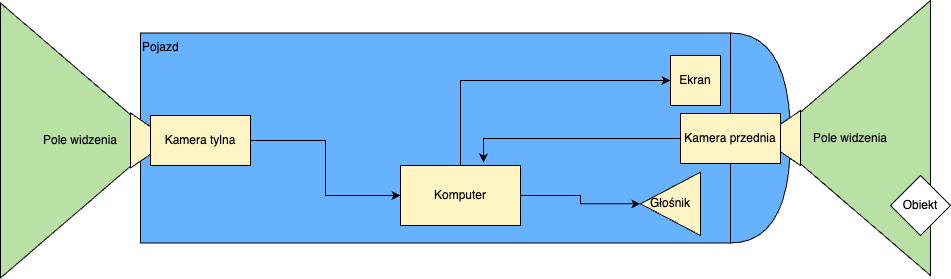
Earlier version of the draw.io export Documents/Documentation/Img/architektura.png (CenturionTheMan/ProjectRiPO). Source tidied: cells renumbered, new cells last; positions are measured from the earlier drawing's top-left corner, leaving out a move shared by most shapes. Source of this version:
```xml
<mxGraphModel>
  <root>
    <mxCell id="0" />
    <mxCell id="1" parent="0" />
    <mxCell id="2" value="Pole widzenia&lt;br&gt;" style="triangle;whiteSpace=wrap;html=1;flipH=1;align=center;fillColor=#B9E0A5;" parent="1" vertex="1">
      <mxGeometry x="770" width="160" height="275" as="geometry" />
    </mxCell>
    <mxCell id="3" value="Pole widzenia&lt;br&gt;" style="triangle;whiteSpace=wrap;html=1;flipH=0;align=center;fillColor=#B9E0A5;" parent="1" vertex="1">
      <mxGeometry y="2.5" width="160" height="275" as="geometry" />
    </mxCell>
    <mxCell id="4" value="Pojazd" style="rounded=0;whiteSpace=wrap;html=1;labelPosition=center;verticalLabelPosition=middle;align=left;verticalAlign=top;fillColor=#66B2FF;" parent="1" vertex="1">
      <mxGeometry x="140" y="32.5" width="590" height="210" as="geometry" />
    </mxCell>
    <mxCell id="5" style="edgeStyle=orthogonalEdgeStyle;rounded=0;jettySize=auto;html=1;exitX=0;exitY=0.5;exitDx=0;exitDy=0;entryX=0.692;entryY=-0.05;entryDx=0;entryDy=0;entryPerimeter=0;" parent="1" edge="1" source="17" target="11">
      <mxGeometry relative="1" as="geometry" />
    </mxCell>
    <mxCell id="6" style="group;" parent="1" vertex="1">
      <mxGeometry x="130" y="112.5" width="120" height="55" as="geometry" />
    </mxCell>
    <mxCell id="7" style="triangle;whiteSpace=wrap;html=1;fillColor=#FFF4C3;" parent="6" vertex="1">
      <mxGeometry width="40" height="55" as="geometry" />
    </mxCell>
    <mxCell id="8" value="Kamera tylna" style="rounded=0;whiteSpace=wrap;html=1;fillColor=#FFF4C3;" parent="6" vertex="1">
      <mxGeometry x="20" y="2.5" width="100" height="50" as="geometry" />
    </mxCell>
    <mxCell id="9" style="edgeStyle=orthogonalEdgeStyle;rounded=0;jettySize=auto;html=1;exitX=0.5;exitY=0;exitDx=0;exitDy=0;entryX=0;entryY=0.5;entryDx=0;entryDy=0;" parent="1" edge="1" source="11" target="12">
      <mxGeometry relative="1" as="geometry" />
    </mxCell>
    <mxCell id="10" style="edgeStyle=orthogonalEdgeStyle;rounded=0;jettySize=auto;html=1;exitX=1;exitY=0.5;exitDx=0;exitDy=0;entryX=0;entryY=0.5;entryDx=0;entryDy=0;" parent="1" edge="1" source="11" target="19">
      <mxGeometry relative="1" as="geometry" />
    </mxCell>
    <mxCell id="11" value="Komputer" style="rounded=0;whiteSpace=wrap;html=1;fillColor=#FFF4C3;" parent="1" vertex="1">
      <mxGeometry x="400" y="165" width="120" height="60" as="geometry" />
    </mxCell>
    <mxCell id="12" value="Ekran" style="whiteSpace=wrap;html=1;fillColor=#FFF4C3;" parent="1" vertex="1">
      <mxGeometry x="670" y="55" width="50" height="50" as="geometry" />
    </mxCell>
    <mxCell id="13" style="edgeStyle=orthogonalEdgeStyle;rounded=0;jettySize=auto;html=1;exitX=1;exitY=0.5;exitDx=0;exitDy=0;" parent="1" edge="1" source="8" target="11">
      <mxGeometry relative="1" as="geometry" />
    </mxCell>
    <mxCell id="14" style="shape=or;whiteSpace=wrap;html=1;fillColor=#66B2FF;" parent="1" vertex="1">
      <mxGeometry x="730" y="32.5" width="60" height="210" as="geometry" />
    </mxCell>
    <mxCell id="15" style="group;" parent="1" vertex="1">
      <mxGeometry x="680" y="110" width="190" height="90" as="geometry" />
    </mxCell>
    <mxCell id="16" style="triangle;whiteSpace=wrap;html=1;rotation=-180;fillColor=#FFF4C3;" parent="15" vertex="1">
      <mxGeometry x="80" width="40" height="55" as="geometry" />
    </mxCell>
    <mxCell id="17" value="Kamera przednia" style="rounded=0;whiteSpace=wrap;html=1;rotation=0;fillColor=#FFF4C3;" parent="15" vertex="1">
      <mxGeometry y="3" width="100" height="50" as="geometry" />
    </mxCell>
    <mxCell id="18" value="Obiekt" style="rhombus;whiteSpace=wrap;html=1;" parent="1" vertex="1">
      <mxGeometry x="890" y="175" width="60" height="60" as="geometry" />
    </mxCell>
    <mxCell id="19" value="Głośnik" style="triangle;whiteSpace=wrap;html=1;flipV=1;flipH=1;fillColor=#FFF4C3;" parent="1" vertex="1">
      <mxGeometry x="640" y="171.7" width="60" height="63.3" as="geometry" />
    </mxCell>
  </root>
</mxGraphModel>
```
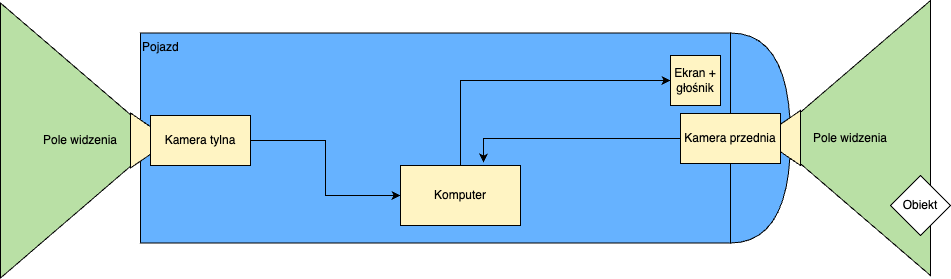
After the commit.

The edit, as a diff of the source:
```diff
@@ -26,13 +26,10 @@
     <mxCell id="9" style="edgeStyle=orthogonalEdgeStyle;rounded=0;jettySize=auto;html=1;exitX=0.5;exitY=0;exitDx=0;exitDy=0;entryX=0;entryY=0.5;entryDx=0;entryDy=0;" parent="1" edge="1" source="11" target="12">
       <mxGeometry relative="1" as="geometry" />
     </mxCell>
-    <mxCell id="10" style="edgeStyle=orthogonalEdgeStyle;rounded=0;jettySize=auto;html=1;exitX=1;exitY=0.5;exitDx=0;exitDy=0;entryX=0;entryY=0.5;entryDx=0;entryDy=0;" parent="1" edge="1" source="11" target="19">
-      <mxGeometry relative="1" as="geometry" />
-    </mxCell>
     <mxCell id="11" value="Komputer" style="rounded=0;whiteSpace=wrap;html=1;fillColor=#FFF4C3;" parent="1" vertex="1">
       <mxGeometry x="400" y="165" width="120" height="60" as="geometry" />
     </mxCell>
-    <mxCell id="12" value="Ekran" style="whiteSpace=wrap;html=1;fillColor=#FFF4C3;" parent="1" vertex="1">
+    <mxCell id="12" value="Ekran + głośnik" style="whiteSpace=wrap;html=1;fillColor=#FFF4C3;" parent="1" vertex="1">
       <mxGeometry x="670" y="55" width="50" height="50" as="geometry" />
     </mxCell>
     <mxCell id="13" style="edgeStyle=orthogonalEdgeStyle;rounded=0;jettySize=auto;html=1;exitX=1;exitY=0.5;exitDx=0;exitDy=0;" parent="1" edge="1" source="8" target="11">
@@ -53,8 +50,5 @@
     <mxCell id="18" value="Obiekt" style="rhombus;whiteSpace=wrap;html=1;" parent="1" vertex="1">
       <mxGeometry x="890" y="175" width="60" height="60" as="geometry" />
     </mxCell>
-    <mxCell id="19" value="Głośnik" style="triangle;whiteSpace=wrap;html=1;flipV=1;flipH=1;fillColor=#FFF4C3;" parent="1" vertex="1">
-      <mxGeometry x="640" y="171.7" width="60" height="63.3" as="geometry" />
-    </mxCell>
   </root>
 </mxGraphModel>
```
